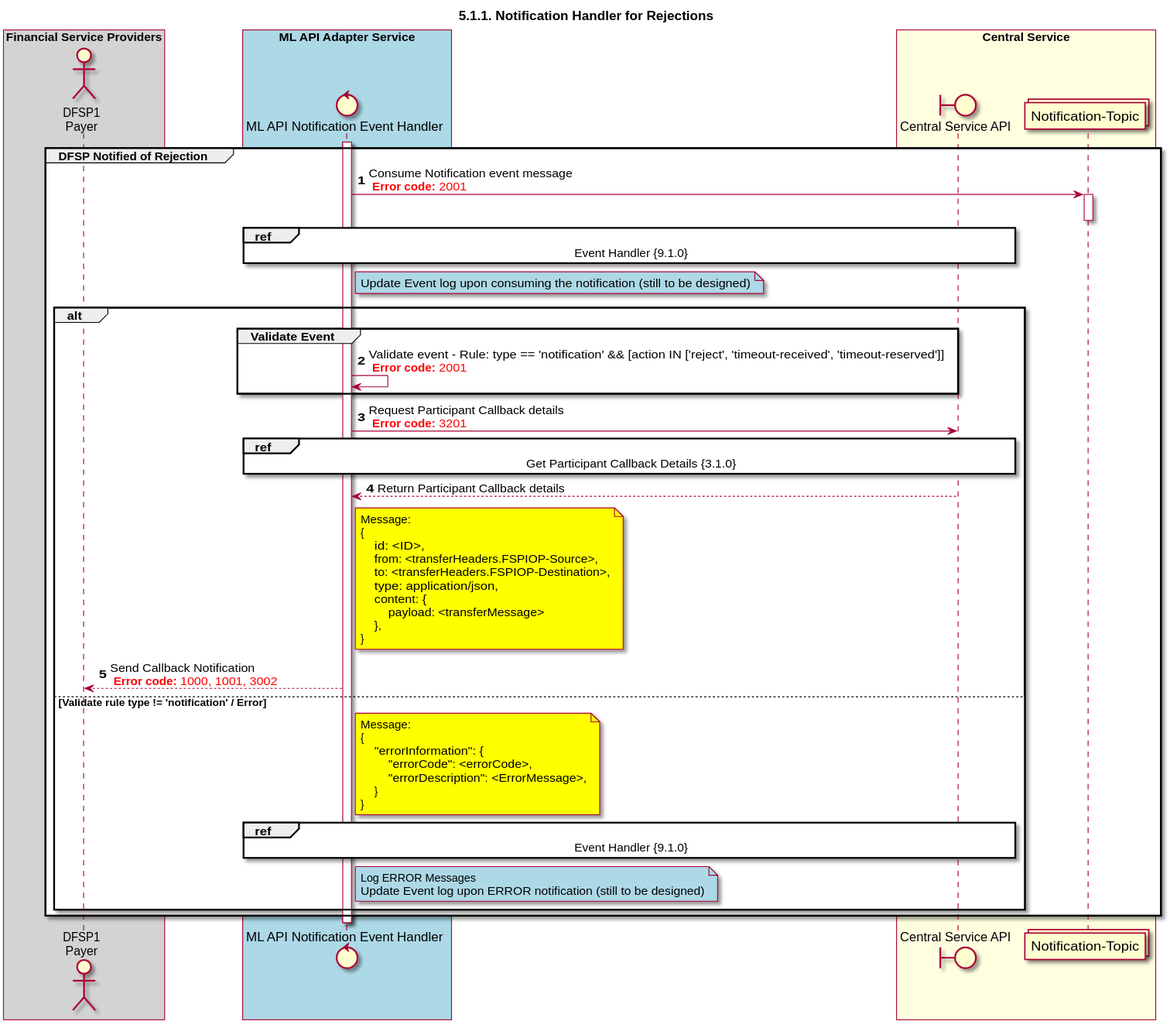
HenkKodde/docs keeps this PlantUML diagram as CentralServices/seq_diagrams/seq-notification-reject-5.1.1.svg. Above is the earlier version.
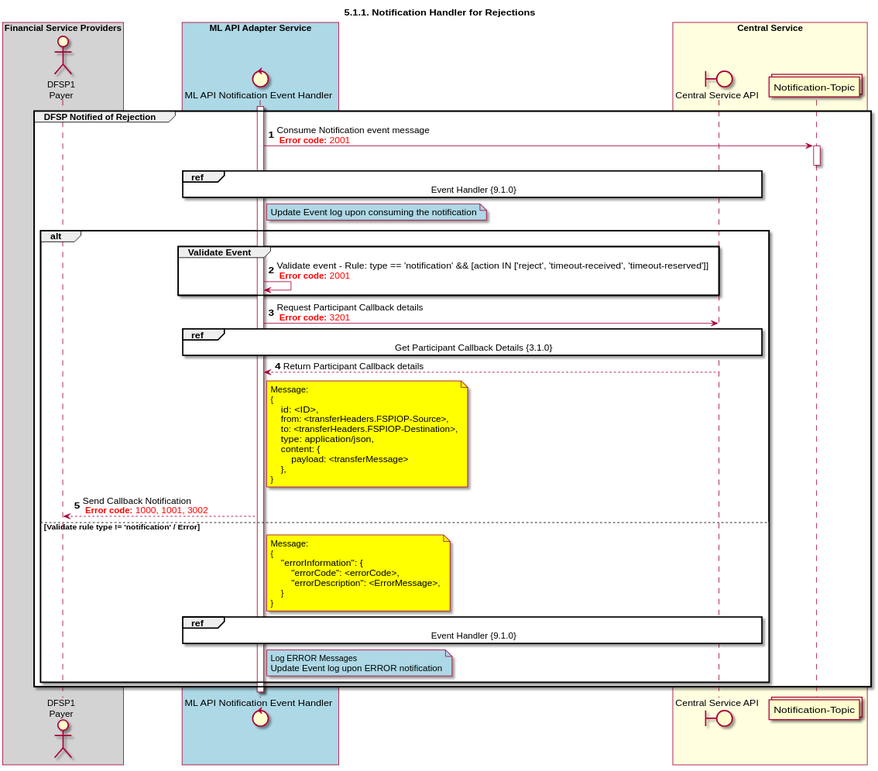
The same file after the commit.

Commit message:
Included the rejected actions as requested and 'cosmetic' updates. v5.0

Diff of the diagram source:
```diff
@@ -29,9 +29,9 @@
     activate TOPIC_NOTIFICATIONS
     deactivate TOPIC_NOTIFICATIONS
         ref over NOTIFY_HANDLER, CSAPI: Event Handler {9.1.0}
-            note right of NOTIFY_HANDLER #lightblue
-                Update Event log upon consuming the notification (still to be designed)
-            end note
+        note right of NOTIFY_HANDLER #lightblue
+            Update Event log upon consuming the notification
+        end note
 
         alt
         group Validate Event
@@ -65,10 +65,10 @@
             }
         end note
         ref over NOTIFY_HANDLER, CSAPI: Event Handler {9.1.0}
-            note right of NOTIFY_HANDLER #lightblue
+        note right of NOTIFY_HANDLER #lightblue
             Log ERROR Messages
-            Update Event log upon ERROR notification (still to be designed)
-            end note
+            Update Event log upon ERROR notification
+        end note
     end
 end
 deactivate TOPIC_NOTIFICATIONS
```
